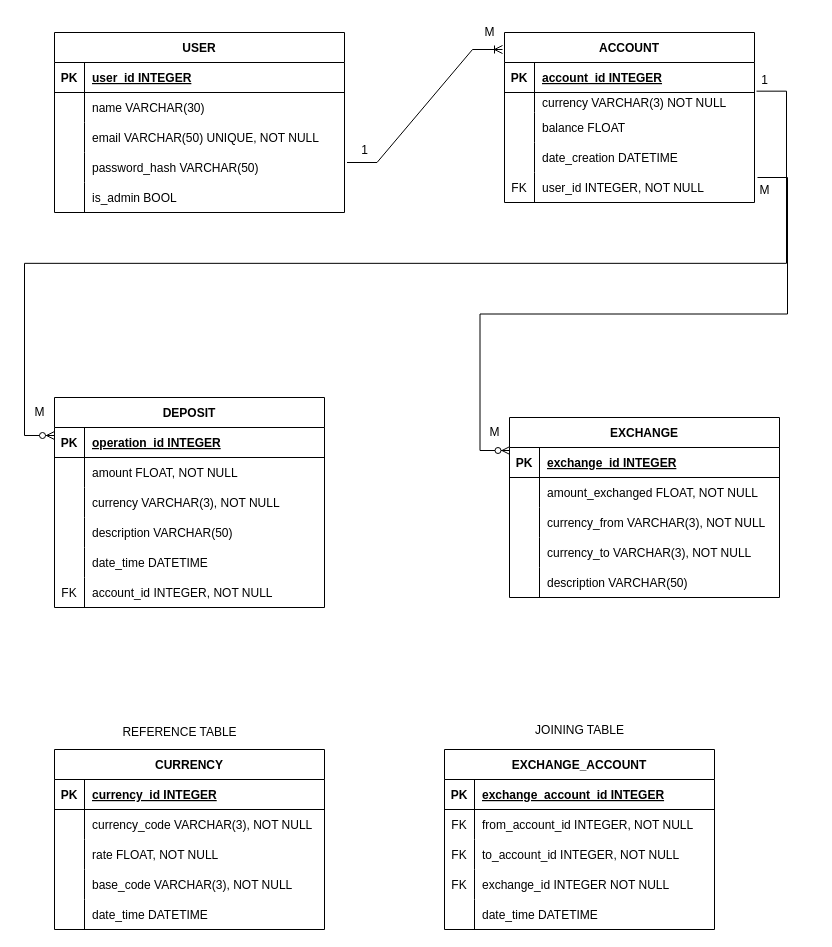
Above: Currency_exchange.drawio in danilo90lan/API_Web_Server_Currency_Exchange (draw.io), before the change. Source tidied: cells renumbered, new cells numbered last; positions are measured from the earlier drawing's top-left corner, leaving out a move shared by most shapes. Both pictures are drawn from the tidied source at 100%, with x=0, y=0 at pixel (24, 17).
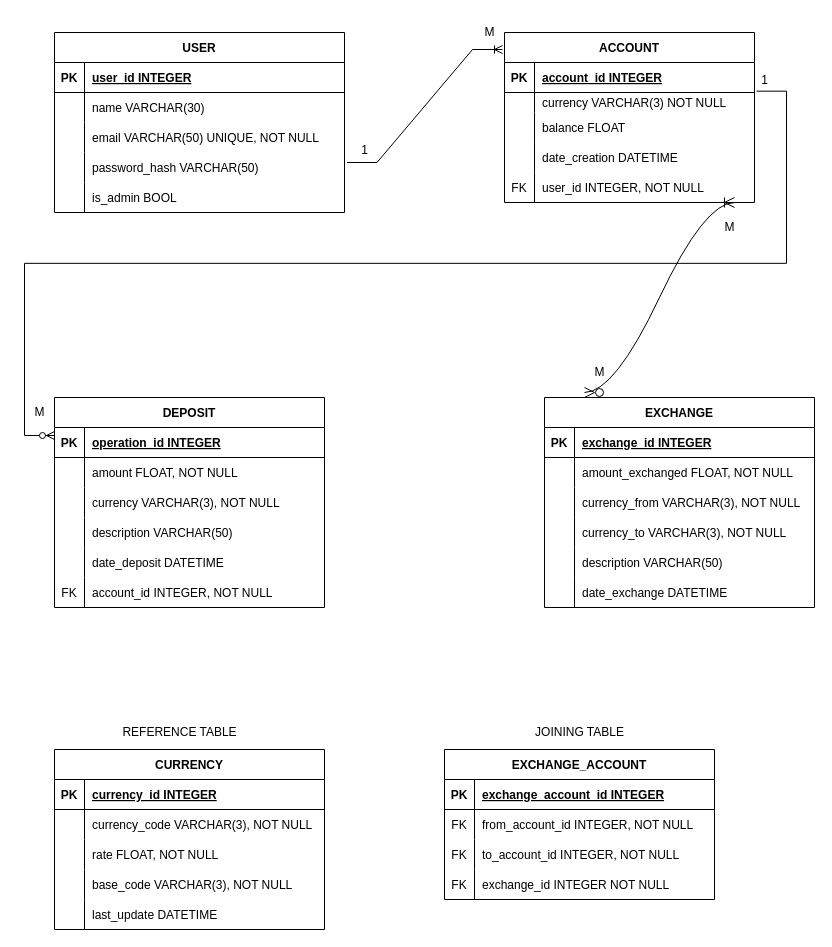
The same page after the edit.

The change refers to these unchanged cells:
```xml
<mxCell id="31" style="shape=partialRectangle;fillColor=none;points=[[0,0.5],[1,0.5]];portConstraint=eastwest;top=0;left=0;right=0;bottom=0;" parent="18" vertex="1">
  <mxGeometry y="140" width="250" height="30" as="geometry" />
</mxCell>
<mxCell id="47" style="shape=partialRectangle;fillColor=none;top=0;left=0;right=0;bottom=0;" parent="34" vertex="1">
  <mxGeometry y="150" width="270" height="30" as="geometry" />
</mxCell>
<mxCell id="90" style="shape=partialRectangle;fillColor=none;top=0;left=0;right=0;bottom=0;" parent="77" vertex="1">
  <mxGeometry y="150" width="270" height="30" as="geometry" />
</mxCell>
```

Diff of the diagram source:
```diff
@@
-    <mxCell id="49" value="date_time DATETIME" style="shape=partialRectangle;overflow=hidden;fillColor=none;top=0;left=0;bottom=0;right=0;align=left;spacingLeft=6;" parent="47" vertex="1">
+    <mxCell id="49" value="date_deposit DATETIME" style="shape=partialRectangle;overflow=hidden;fillColor=none;top=0;left=0;bottom=0;right=0;align=left;spacingLeft=6;" parent="47" vertex="1">
       <mxGeometry x="30" width="240" height="30" as="geometry" />
     </mxCell>
@@
     <mxCell id="53" value="EXCHANGE" style="shape=table;startSize=30;childLayout=tableLayout;rowLines=0;fontStyle=1;align=center;" parent="1" vertex="1">
-      <mxGeometry x="485" y="400" width="270" height="180" as="geometry" />
+      <mxGeometry x="520" y="380" width="270" height="210" as="geometry" />
     </mxCell>
@@
+    <mxCell id="112" style="shape=partialRectangle;fillColor=none;top=0;left=0;right=0;bottom=0;" parent="53" vertex="1">
+      <mxGeometry y="180" width="270" height="30" as="geometry" />
+    </mxCell>
+    <mxCell id="108" style="shape=partialRectangle;overflow=hidden;fillColor=none;top=0;left=0;bottom=0;right=0;" parent="112" vertex="1">
+      <mxGeometry width="30" height="30" as="geometry" />
+    </mxCell>
+    <mxCell id="113" value="date_exchange DATETIME" style="shape=partialRectangle;overflow=hidden;fillColor=none;top=0;left=0;bottom=0;right=0;align=left;spacingLeft=6;" parent="112" vertex="1">
+      <mxGeometry x="30" width="240" height="30" as="geometry" />
+    </mxCell>
@@
-    <mxCell id="70" style="edgeStyle=entityRelationEdgeStyle;fontSize=12;html=1;endArrow=ERzeroToMany;endFill=1;rounded=0;entryX=0.004;entryY=0.075;entryDx=0;entryDy=0;entryPerimeter=0;exitX=1.012;exitY=0.167;exitDx=0;exitDy=0;exitPerimeter=0;" parent="1" edge="1" source="31">
-      <mxGeometry relative="1" as="geometry">
-        <mxPoint x="485.5" y="433" as="targetPoint" />
-      </mxGeometry>
-    </mxCell>
@@
     <mxCell id="72" value="M" style="text;html=1;align=center;verticalAlign=middle;strokeColor=none;fillColor=none;" parent="1" vertex="1">
-      <mxGeometry x="455" y="400" width="30" height="30" as="geometry" />
+      <mxGeometry x="560" y="340" width="30" height="30" as="geometry" />
     </mxCell>
@@
-    <mxCell id="92" value="date_time DATETIME" style="shape=partialRectangle;overflow=hidden;fillColor=none;top=0;left=0;bottom=0;right=0;align=left;spacingLeft=6;" parent="90" vertex="1">
+    <mxCell id="92" value="last_update DATETIME" style="shape=partialRectangle;overflow=hidden;fillColor=none;top=0;left=0;bottom=0;right=0;align=left;spacingLeft=6;" parent="90" vertex="1">
       <mxGeometry x="30" width="240" height="30" as="geometry" />
     </mxCell>
@@
     <mxCell id="94" value="EXCHANGE_ACCOUNT" style="shape=table;startSize=30;childLayout=tableLayout;rowLines=0;fontStyle=1;align=center;" parent="1" vertex="1">
-      <mxGeometry x="420" y="732" width="270" height="180" as="geometry" />
+      <mxGeometry x="420" y="732" width="270" height="150" as="geometry" />
     </mxCell>
@@
-    <mxCell id="107" style="shape=partialRectangle;fillColor=none;top=0;left=0;right=0;bottom=0;" parent="94" vertex="1">
-      <mxGeometry y="150" width="270" height="30" as="geometry" />
-    </mxCell>
-    <mxCell id="108" style="shape=partialRectangle;overflow=hidden;fillColor=none;top=0;left=0;bottom=0;right=0;" parent="107" vertex="1">
-      <mxGeometry width="30" height="30" as="geometry" />
-    </mxCell>
-    <mxCell id="109" value="date_time DATETIME" style="shape=partialRectangle;overflow=hidden;fillColor=none;top=0;left=0;bottom=0;right=0;align=left;spacingLeft=6;" parent="107" vertex="1">
-      <mxGeometry x="30" width="240" height="30" as="geometry" />
-    </mxCell>
     <mxCell id="110" value="JOINING TABLE" style="text;html=1;align=center;verticalAlign=middle;strokeColor=none;fillColor=none;" parent="1" vertex="1">
-      <mxGeometry x="500" y="698" width="110" height="30" as="geometry" />
+      <mxGeometry x="500" y="700" width="110" height="30" as="geometry" />
     </mxCell>
     <mxCell id="111" value="M" style="text;html=1;align=center;verticalAlign=middle;strokeColor=none;fillColor=none;" parent="1" vertex="1">
-      <mxGeometry x="725" y="158" width="30" height="30" as="geometry" />
+      <mxGeometry x="690" y="195" width="30" height="30" as="geometry" />
     </mxCell>
+    <mxCell id="114" style="edgeStyle=entityRelationEdgeStyle;fontSize=12;html=1;endArrow=ERoneToMany;startArrow=ERzeroToMany;rounded=0;startSize=8;endSize=8;curved=1;exitX=0.074;exitY=0;exitDx=0;exitDy=0;exitPerimeter=0;" parent="1" edge="1">
+      <mxGeometry relative="1" as="geometry">
+        <mxPoint x="560" y="375" as="sourcePoint" />
+        <mxPoint x="710" y="185" as="targetPoint" />
+        <Array as="points">
+          <mxPoint x="750" y="465" />
+          <mxPoint x="660" y="315" />
+          <mxPoint x="710" y="445" />
+          <mxPoint x="670" y="435" />
+          <mxPoint x="610" y="365" />
+          <mxPoint x="750" y="365" />
+          <mxPoint x="770" y="395" />
+          <mxPoint x="750" y="405" />
+          <mxPoint x="630" y="125" />
+          <mxPoint x="650" y="105" />
+        </Array>
+      </mxGeometry>
+    </mxCell>
```
